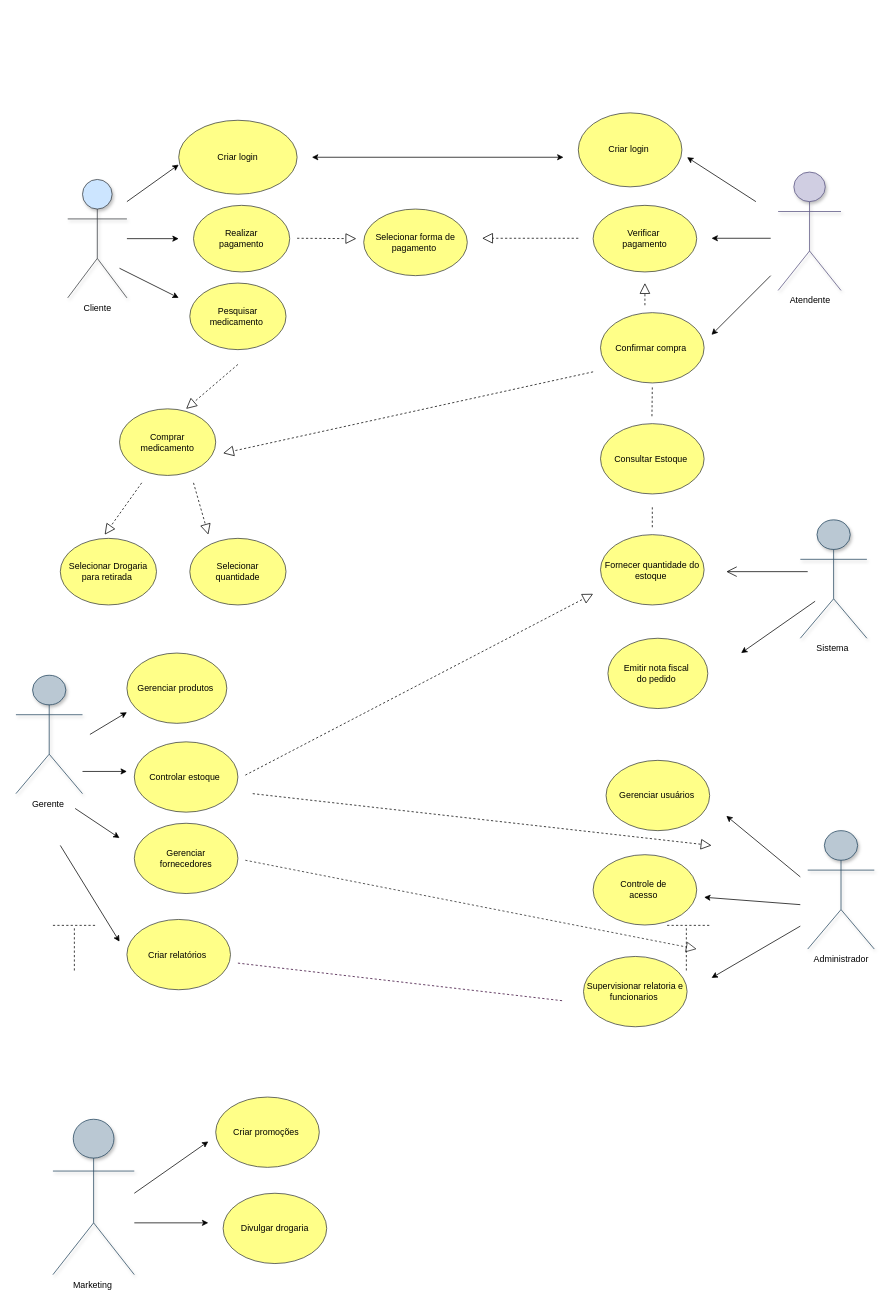
Earlier version of the draw.io diagram page "Página-1" (1 of 2) of Diagrama sem nome.drawio (maysa158/diagramasderequisitos05). Source tidied: cells renumbered, new cells numbered last; positions are measured from the earlier drawing's top-left corner, leaving out a move shared by most shapes. Both pictures are drawn from the tidied source at 74%, with x=0, y=0 at pixel (16, 112).
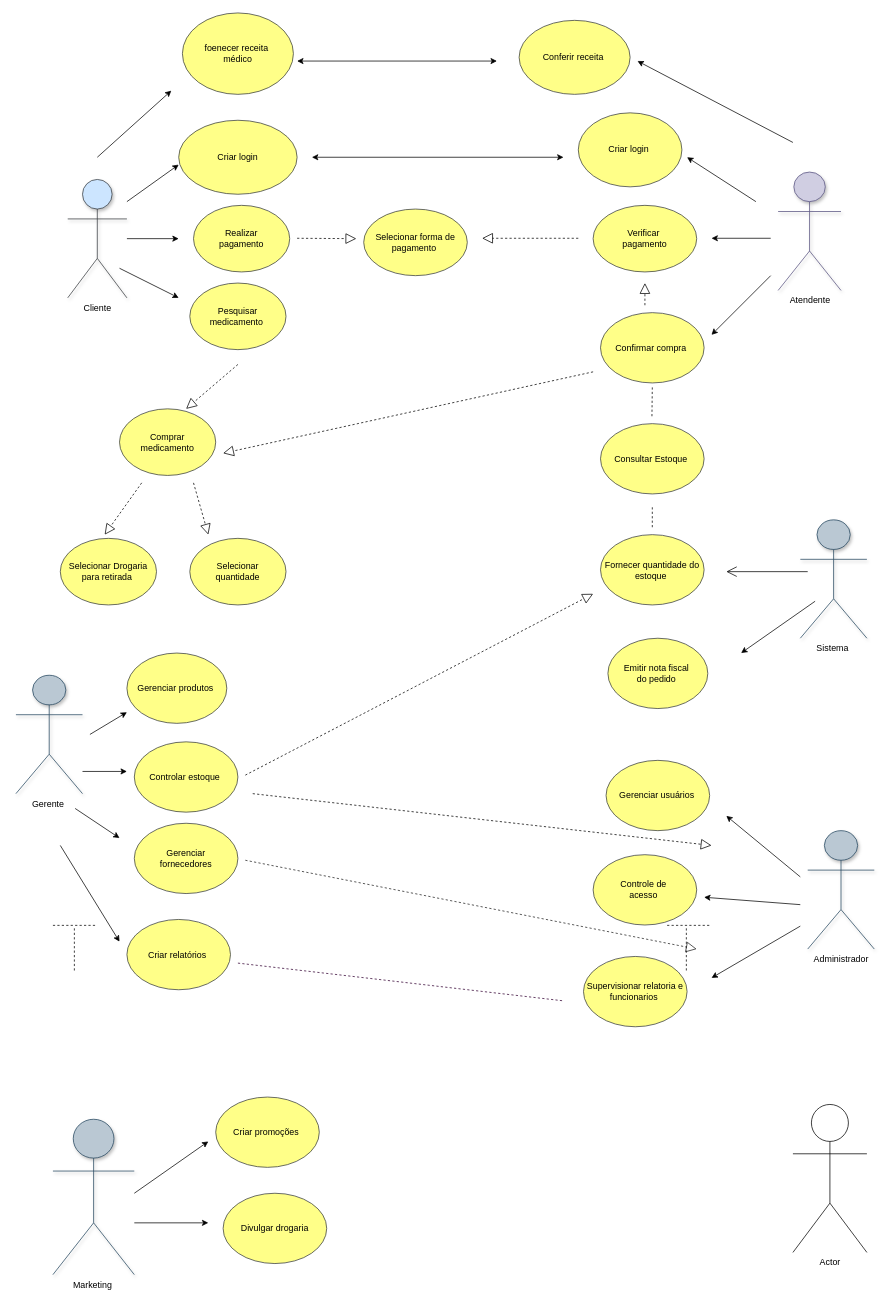
Above is the later version.

Change to the diagram source:
```diff
@@
+    <mxCell id="65" value="Actor" style="shape=umlActor;verticalLabelPosition=bottom;verticalAlign=top;html=1;" parent="1" vertex="1">
+      <mxGeometry x="1050" y="1340" width="100" height="200" as="geometry" />
+    </mxCell>
+    <mxCell id="66" value="&amp;nbsp;foenecer receita&amp;nbsp;&amp;nbsp;&lt;div&gt;&amp;nbsp;médico&amp;nbsp;&lt;/div&gt;" style="ellipse;whiteSpace=wrap;html=1;fillColor=#ffff88;strokeColor=#36393d;" parent="1" vertex="1">
+      <mxGeometry x="225" y="-135" width="150" height="110" as="geometry" />
+    </mxCell>
+    <mxCell id="67" style="endArrow=classic;html=1;rounded=0;" parent="1" edge="1">
+      <mxGeometry relative="1" as="geometry">
+        <mxPoint x="110" y="60" as="sourcePoint" />
+        <mxPoint x="210" y="-30" as="targetPoint" />
+      </mxGeometry>
+    </mxCell>
+    <mxCell id="68" style="endArrow=classic;html=1;rounded=0;" parent="1" edge="1">
+      <mxGeometry relative="1" as="geometry">
+        <mxPoint x="1050" y="40" as="sourcePoint" />
+        <mxPoint x="840" y="-70" as="targetPoint" />
+      </mxGeometry>
+    </mxCell>
+    <mxCell id="69" value="Conferir receita&amp;nbsp;" style="ellipse;whiteSpace=wrap;html=1;fillColor=#ffff88;strokeColor=#36393d;" parent="1" vertex="1">
+      <mxGeometry x="680" y="-125" width="150" height="100" as="geometry" />
+    </mxCell>
+    <mxCell id="70" style="endArrow=classic;startArrow=classic;html=1;rounded=0;" parent="1" edge="1">
+      <mxGeometry relative="1" as="geometry">
+        <mxPoint x="380" y="-70" as="sourcePoint" />
+        <mxPoint x="650" y="-70" as="targetPoint" />
+      </mxGeometry>
+    </mxCell>
```
